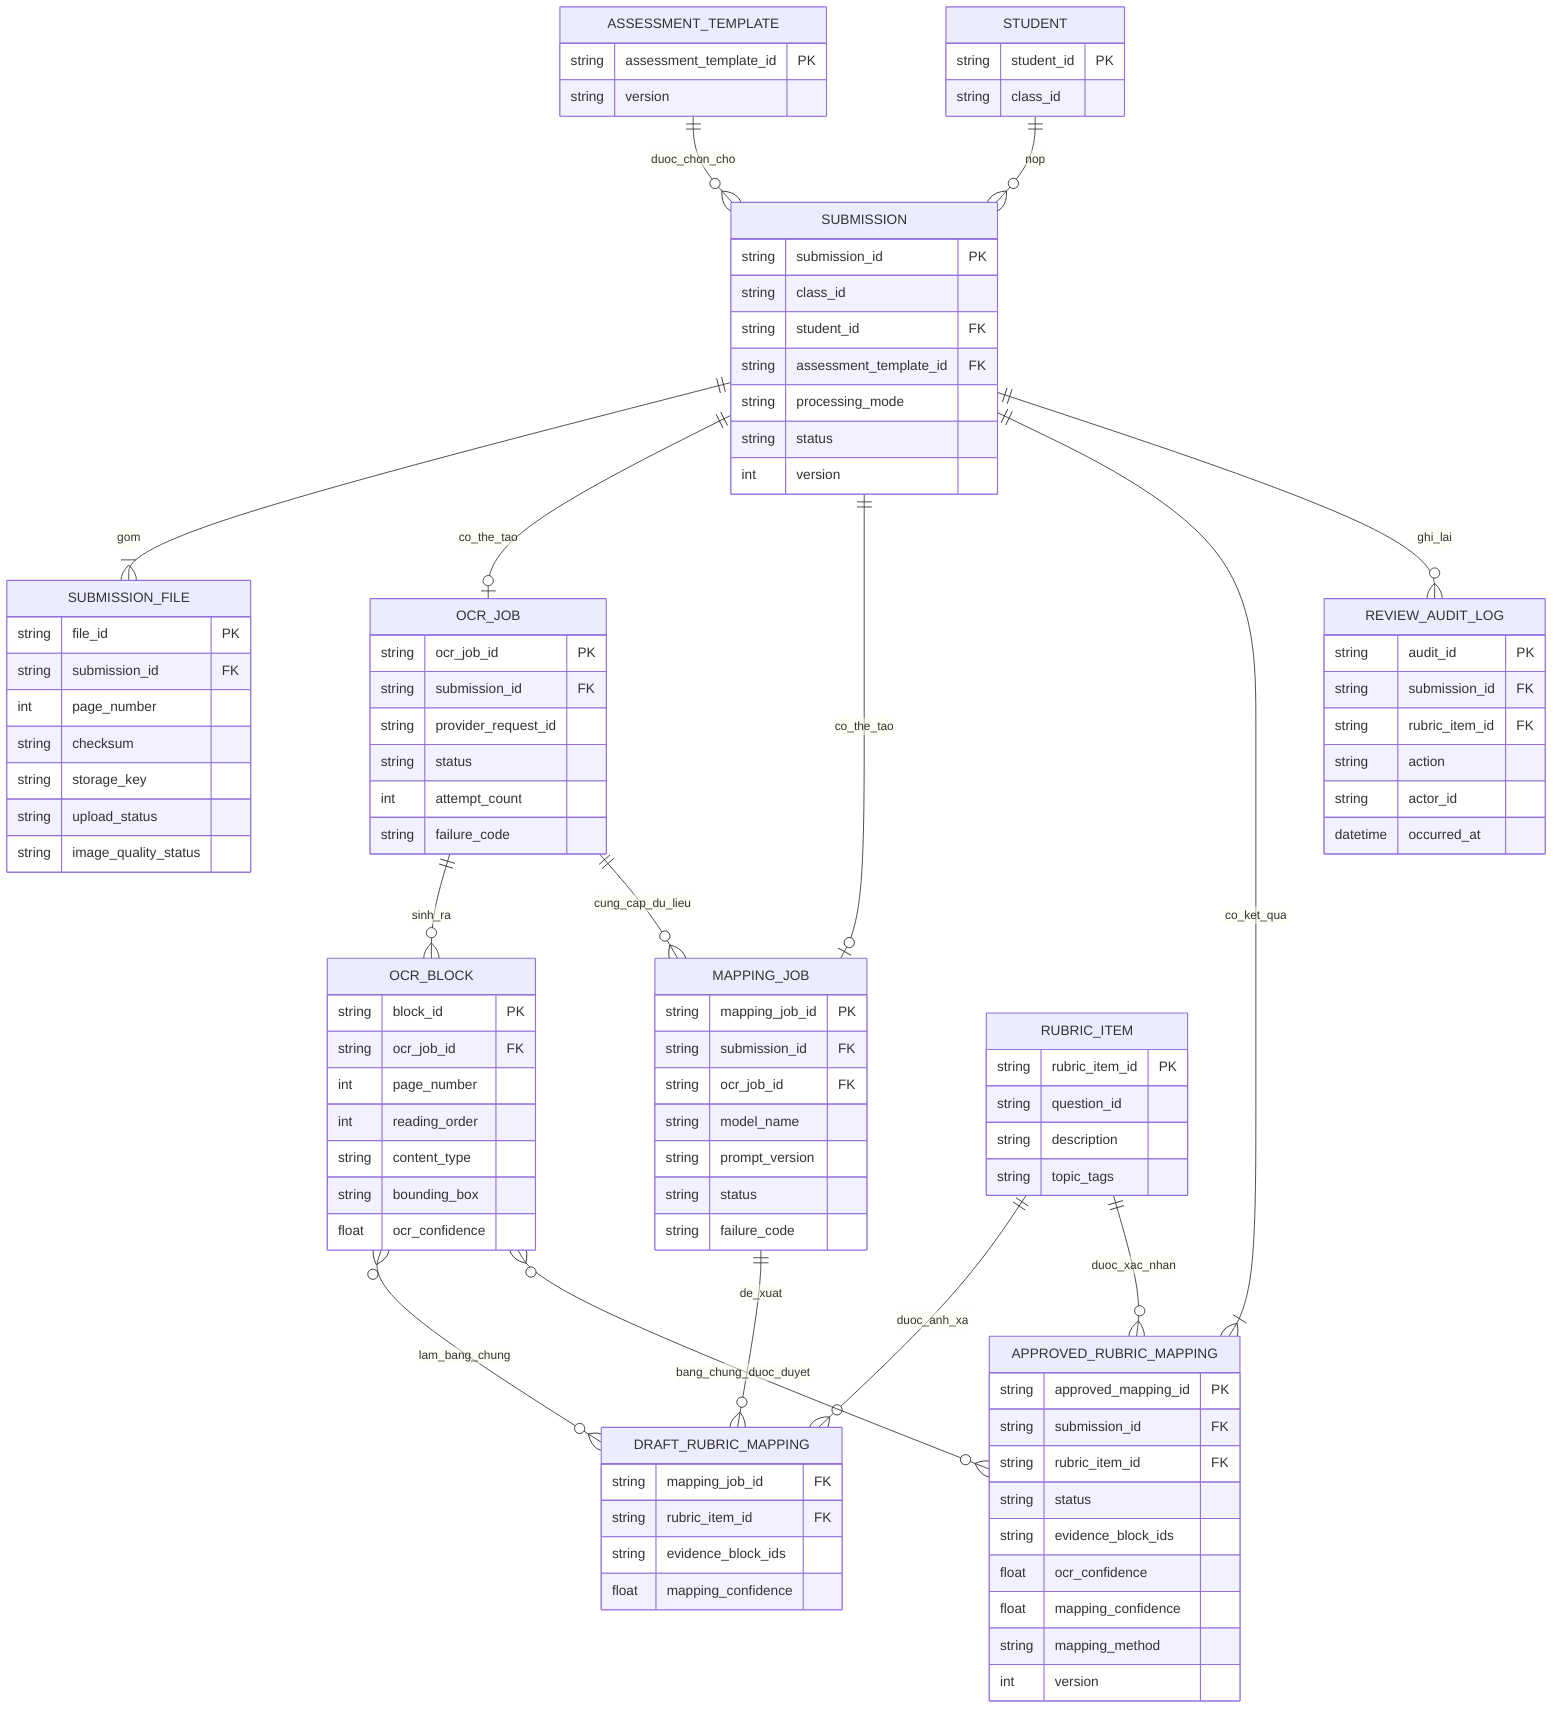
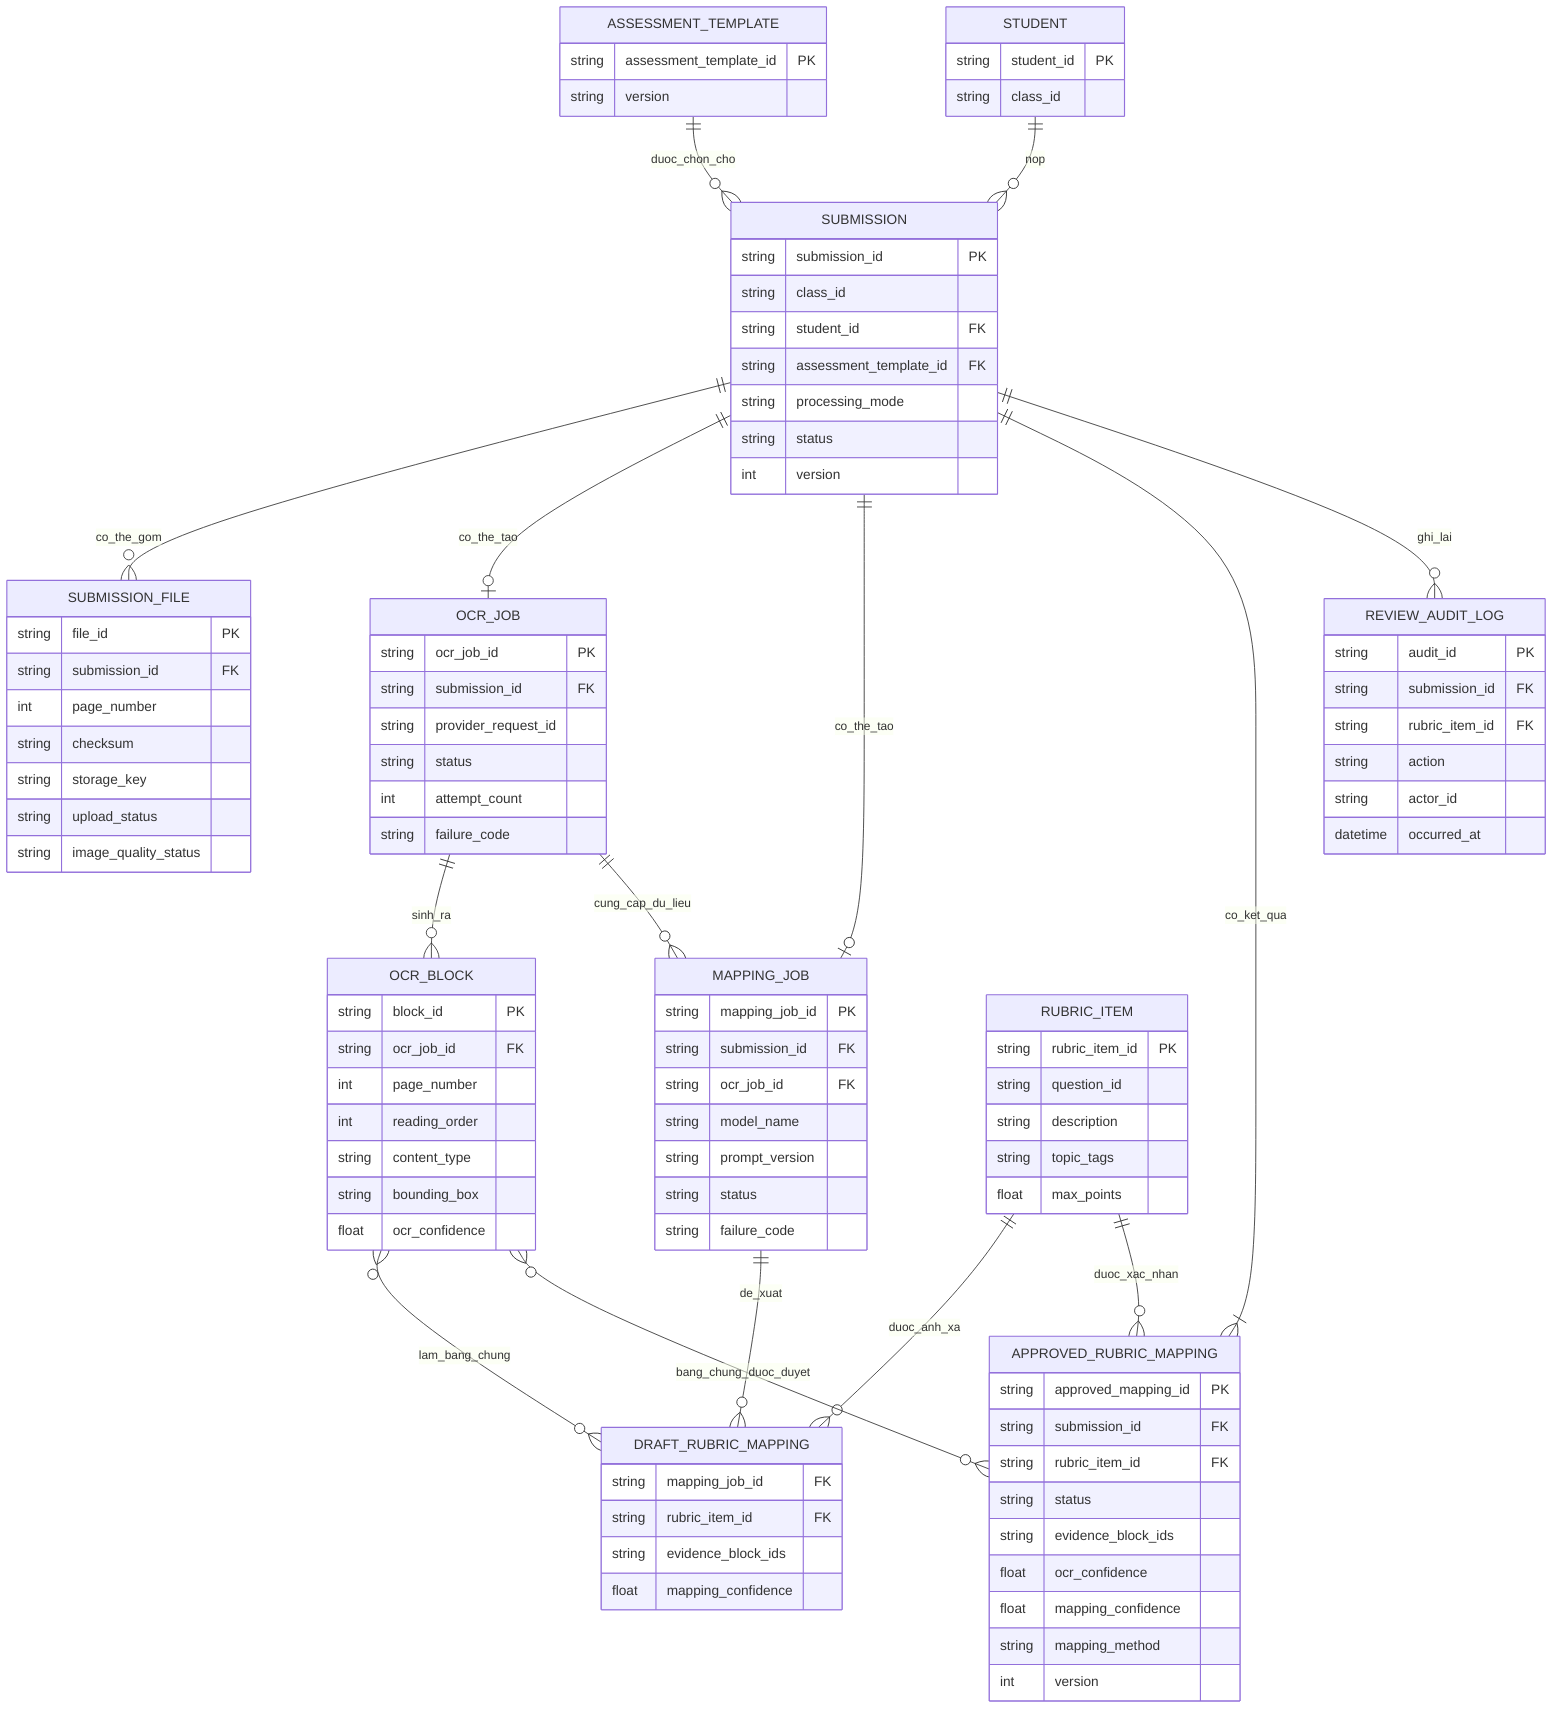
%%{init: {"theme": "base", "themeVariables": {"background": "#1f1f1f", "primaryColor": "#1f1f1f", "primaryTextColor": "#f3f3f3", "primaryBorderColor": "#a8a8a8", "lineColor": "#c8c8c8", "tertiaryColor": "#1f1f1f", "fontFamily": "Georgia, 'Times New Roman', serif"}}}%%
erDiagram
    ASSESSMENT_TEMPLATE ||--o{ SUBMISSION : duoc_chon_cho
    STUDENT ||--o{ SUBMISSION : nop
-     SUBMISSION ||--|{ SUBMISSION_FILE : gom
+     SUBMISSION ||--o{ SUBMISSION_FILE : co_the_gom
    SUBMISSION ||--o| OCR_JOB : co_the_tao
    OCR_JOB ||--o{ OCR_BLOCK : sinh_ra
    SUBMISSION ||--o| MAPPING_JOB : co_the_tao
    OCR_JOB ||--o{ MAPPING_JOB : cung_cap_du_lieu
    MAPPING_JOB ||--o{ DRAFT_RUBRIC_MAPPING : de_xuat
    RUBRIC_ITEM ||--o{ DRAFT_RUBRIC_MAPPING : duoc_anh_xa
    OCR_BLOCK }o--o{ DRAFT_RUBRIC_MAPPING : lam_bang_chung
    SUBMISSION ||--|{ APPROVED_RUBRIC_MAPPING : co_ket_qua
    RUBRIC_ITEM ||--o{ APPROVED_RUBRIC_MAPPING : duoc_xac_nhan
    OCR_BLOCK }o--o{ APPROVED_RUBRIC_MAPPING : bang_chung_duoc_duyet
    SUBMISSION ||--o{ REVIEW_AUDIT_LOG : ghi_lai

    SUBMISSION {
        string submission_id PK
        string class_id
        string student_id FK
        string assessment_template_id FK
        string processing_mode
        string status
        int version
    }

    SUBMISSION_FILE {
        string file_id PK
        string submission_id FK
        int page_number
        string checksum
        string storage_key
        string upload_status
        string image_quality_status
    }

    OCR_JOB {
        string ocr_job_id PK
        string submission_id FK
        string provider_request_id
        string status
        int attempt_count
        string failure_code
    }

    OCR_BLOCK {
        string block_id PK
        string ocr_job_id FK
        int page_number
        int reading_order
        string content_type
        string bounding_box
        float ocr_confidence
    }

    MAPPING_JOB {
        string mapping_job_id PK
        string submission_id FK
        string ocr_job_id FK
        string model_name
        string prompt_version
        string status
        string failure_code
    }

    DRAFT_RUBRIC_MAPPING {
        string mapping_job_id FK
        string rubric_item_id FK
        string evidence_block_ids
        float mapping_confidence
    }

    APPROVED_RUBRIC_MAPPING {
        string approved_mapping_id PK
        string submission_id FK
        string rubric_item_id FK
        string status
        string evidence_block_ids
        float ocr_confidence
        float mapping_confidence
        string mapping_method
        int version
    }

    REVIEW_AUDIT_LOG {
        string audit_id PK
        string submission_id FK
        string rubric_item_id FK
        string action
        string actor_id
        datetime occurred_at
    }

    ASSESSMENT_TEMPLATE {
        string assessment_template_id PK
        string version
    }

    RUBRIC_ITEM {
        string rubric_item_id PK
        string question_id
        string description
        string topic_tags
+         float max_points
    }

    STUDENT {
        string student_id PK
        string class_id
    }
